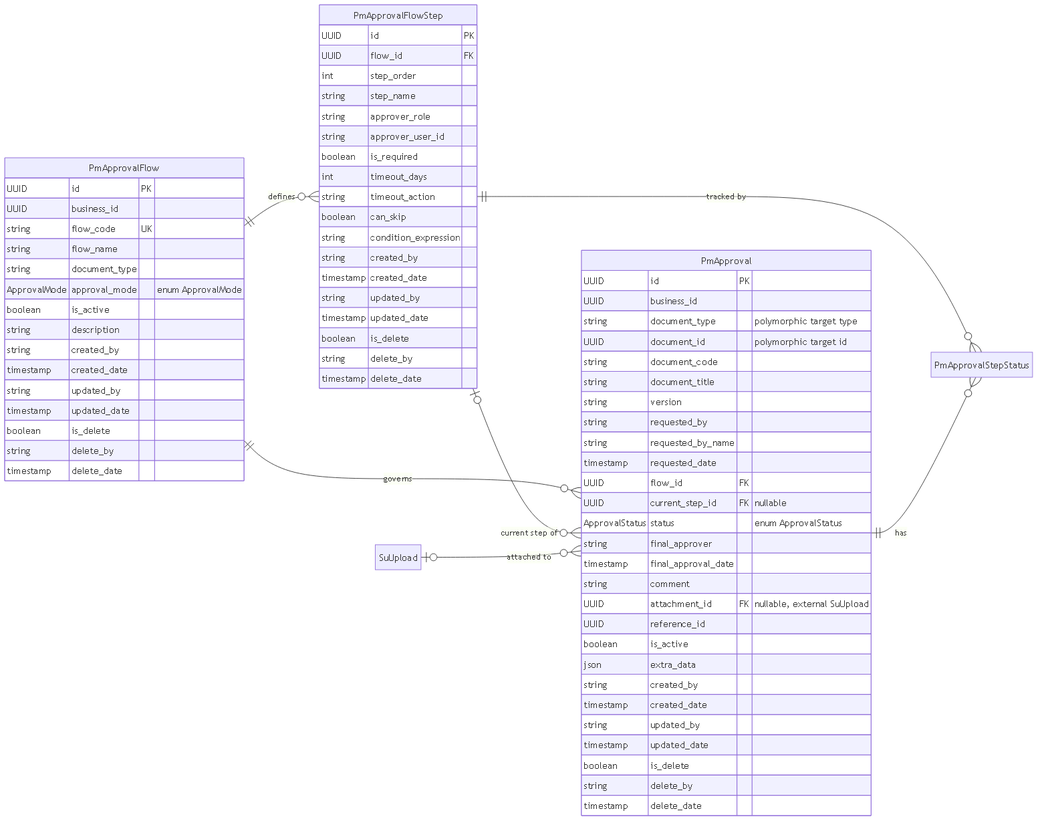
Earlier version of the Mermaid export docs/erd/erd-05b1-approval-flow-definition.png (softinter-chiangrai/sic-project). Its source is kept beside it as docs/erd/erd-05b1-approval-flow-definition.mmd. Source of this version:
```mermaid

erDiagram
    direction LR

%%{init: {"er": {"diagramPadding": 6, "entityPadding": 8, "minEntityWidth": 70, "minEntityHeight": 30, "fontSize": 16}}}%%

    SuUpload {
    }

    PmApprovalStepStatus {
    }

    PmApprovalFlow {
        UUID id PK
        UUID business_id
        string flow_code UK
        string flow_name
        string document_type
        ApprovalMode approval_mode "enum ApprovalMode"
        boolean is_active
        string description
        string created_by
        timestamp created_date
        string updated_by
        timestamp updated_date
        boolean is_delete
        string delete_by
        timestamp delete_date
    }

    PmApprovalFlowStep {
        UUID id PK
        UUID flow_id FK
        int step_order
        string step_name
        string approver_role
        string approver_user_id
        boolean is_required
        int timeout_days
        string timeout_action
        boolean can_skip
        string condition_expression
        string created_by
        timestamp created_date
        string updated_by
        timestamp updated_date
        boolean is_delete
        string delete_by
        timestamp delete_date
    }

    PmApproval {
        UUID id PK
        UUID business_id
        string document_type "polymorphic target type"
        UUID document_id "polymorphic target id"
        string document_code
        string document_title
        string version
        string requested_by
        string requested_by_name
        timestamp requested_date
        UUID flow_id FK
        UUID current_step_id FK "nullable"
        ApprovalStatus status "enum ApprovalStatus"
        string final_approver
        timestamp final_approval_date
        string comment
        UUID attachment_id FK "nullable, external SuUpload"
        UUID reference_id
        boolean is_active
        json extra_data
        string created_by
        timestamp created_date
        string updated_by
        timestamp updated_date
        boolean is_delete
        string delete_by
        timestamp delete_date
    }

    PmApprovalFlow ||--o{ PmApprovalFlowStep : "defines"
    PmApprovalFlow ||--o{ PmApproval : "governs"
    PmApprovalFlowStep |o--o{ PmApproval : "current step of"
    PmApprovalFlowStep ||--o{ PmApprovalStepStatus : "tracked by"
    PmApproval ||--o{ PmApprovalStepStatus : "has"
    SuUpload |o--o{ PmApproval : "attached to"
```
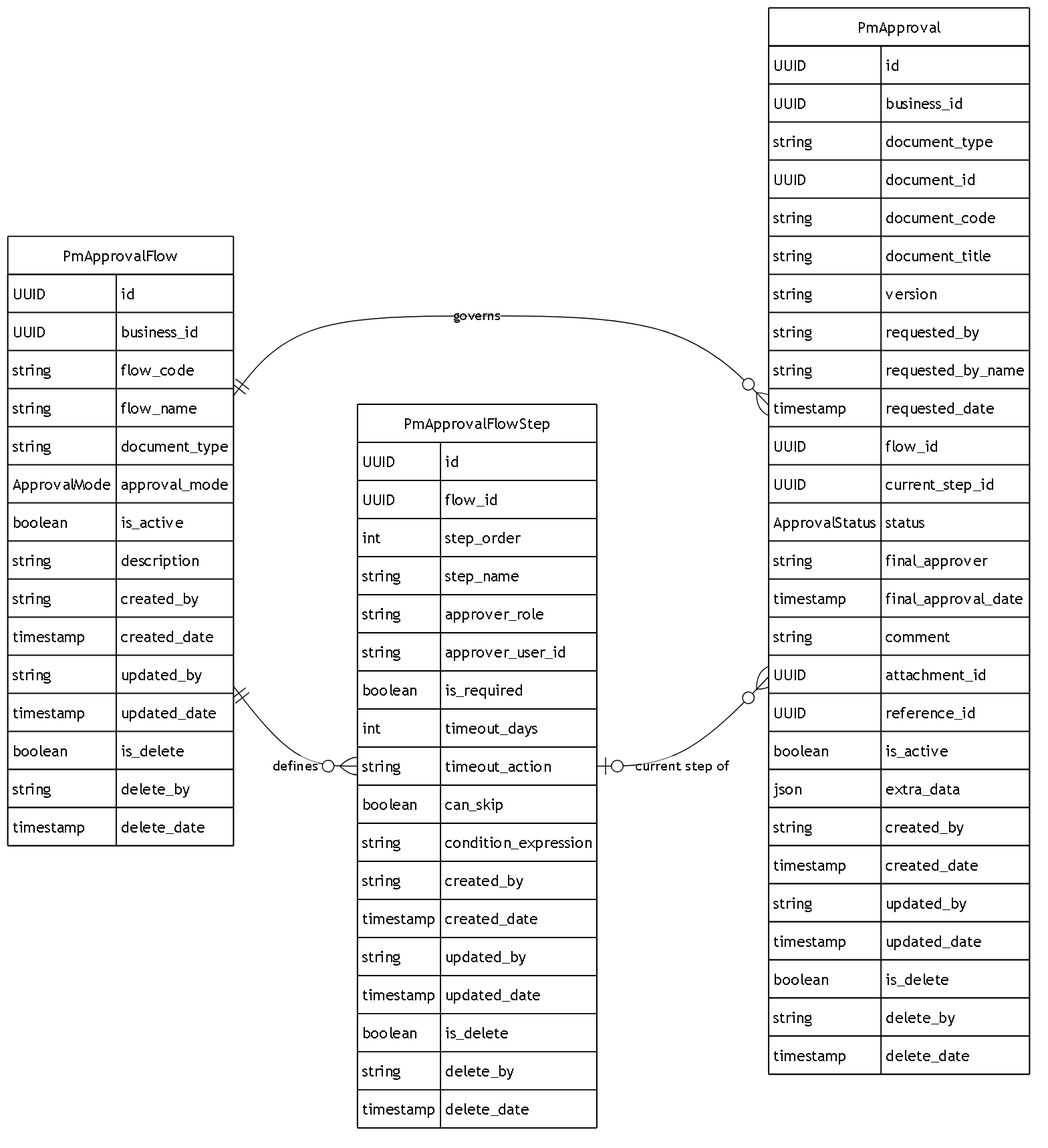
After the change.

What changed in the source:
```diff
@@ -2,21 +2,14 @@
 erDiagram
     direction LR
 
-%%{init: {"er": {"diagramPadding": 6, "entityPadding": 8, "minEntityWidth": 70, "minEntityHeight": 30, "fontSize": 16}}}%%
-
-    SuUpload {
-    }
-
-    PmApprovalStepStatus {
-    }
-
+%%{init: {"theme": "base", "themeVariables": {"primaryColor": "#ffffff", "primaryBorderColor": "#000000", "primaryTextColor": "#000000", "lineColor": "#000000", "secondaryColor": "#ffffff", "tertiaryColor": "#ffffff"}, "er": {"diagramPadding": 8, "entityPadding": 12, "minEntityWidth": 90, "minEntityHeight": 40, "fontSize": 22}}}%%
     PmApprovalFlow {
-        UUID id PK
+        UUID id
         UUID business_id
-        string flow_code UK
+        string flow_code
         string flow_name
         string document_type
-        ApprovalMode approval_mode "enum ApprovalMode"
+        ApprovalMode approval_mode
         boolean is_active
         string description
         string created_by
@@ -29,8 +22,8 @@
     }
 
     PmApprovalFlowStep {
-        UUID id PK
-        UUID flow_id FK
+        UUID id
+        UUID flow_id
         int step_order
         string step_name
         string approver_role
@@ -50,23 +43,23 @@
     }
 
     PmApproval {
-        UUID id PK
+        UUID id
         UUID business_id
-        string document_type "polymorphic target type"
-        UUID document_id "polymorphic target id"
+        string document_type
+        UUID document_id
         string document_code
         string document_title
         string version
         string requested_by
         string requested_by_name
         timestamp requested_date
-        UUID flow_id FK
-        UUID current_step_id FK "nullable"
-        ApprovalStatus status "enum ApprovalStatus"
+        UUID flow_id
+        UUID current_step_id
+        ApprovalStatus status
         string final_approver
         timestamp final_approval_date
         string comment
-        UUID attachment_id FK "nullable, external SuUpload"
+        UUID attachment_id
         UUID reference_id
         boolean is_active
         json extra_data
@@ -82,6 +75,3 @@
     PmApprovalFlow ||--o{ PmApprovalFlowStep : "defines"
     PmApprovalFlow ||--o{ PmApproval : "governs"
     PmApprovalFlowStep |o--o{ PmApproval : "current step of"
-    PmApprovalFlowStep ||--o{ PmApprovalStepStatus : "tracked by"
-    PmApproval ||--o{ PmApprovalStepStatus : "has"
-    SuUpload |o--o{ PmApproval : "attached to"
```
